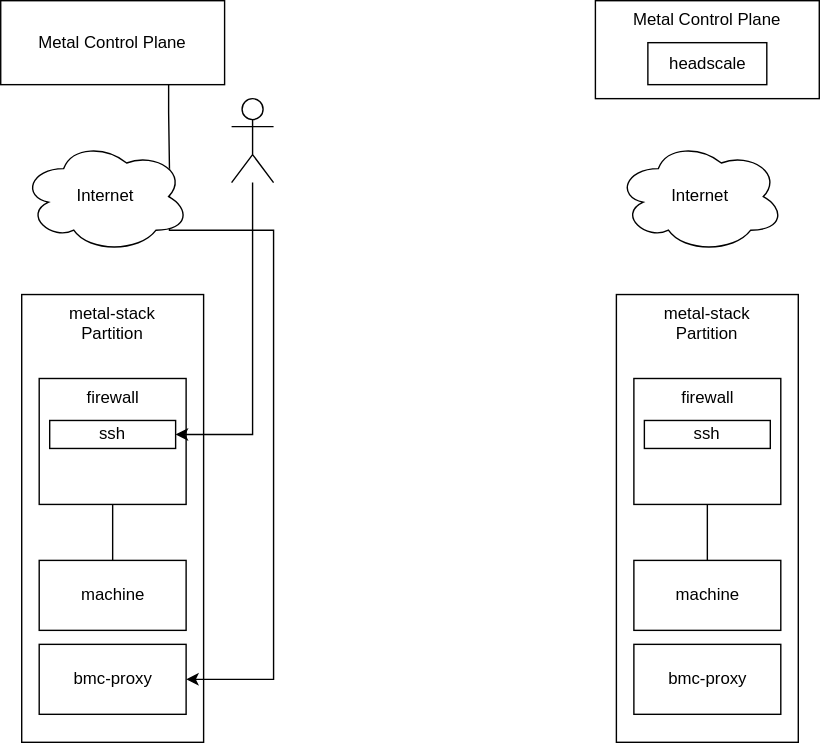
metal-stack/docs keeps this draw.io diagram as docs/src/development/proposals/MEP9/architecture.drawio.svg. Above is the earlier version. Source tidied: cells renumbered, new cells last; positions are measured from the earlier drawing's top-left corner, leaving out a move shared by most shapes.
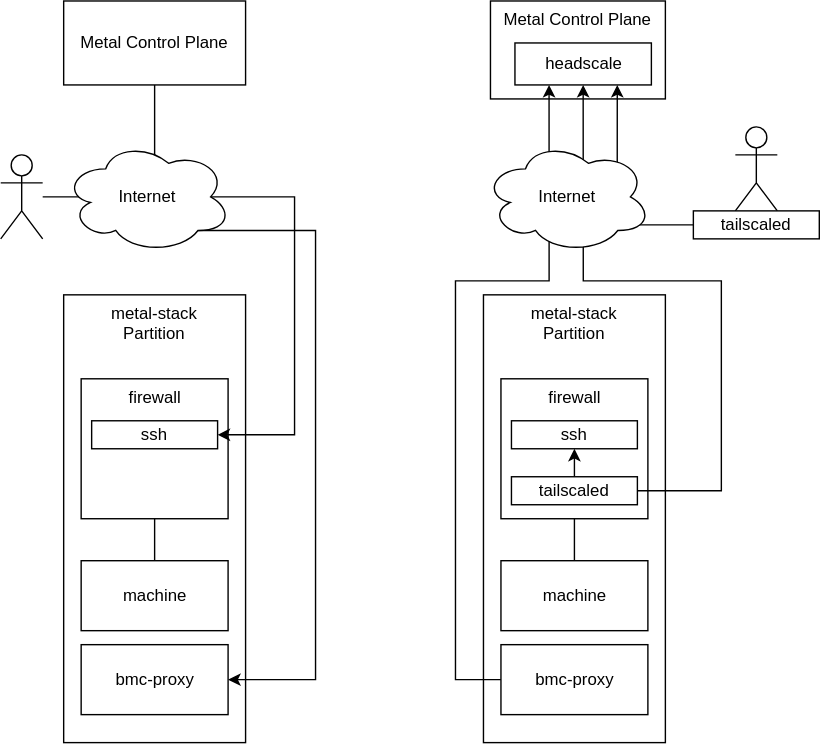
After the change.

Commit message:
Improve drawing a bit.

What changed in the source:
```diff
@@ -2,17 +2,14 @@
   <root>
     <mxCell id="0" />
     <mxCell id="1" parent="0" />
-    <mxCell id="2" style="edgeStyle=orthogonalEdgeStyle;rounded=0;html=1;exitX=0.75;exitY=1;exitDx=0;exitDy=0;startArrow=none;startFill=0;endArrow=none;endFill=0;strokeColor=default;entryX=0.88;entryY=0.25;entryDx=0;entryDy=0;entryPerimeter=0;" parent="1" edge="1" source="3" target="11">
-      <mxGeometry relative="1" as="geometry" />
-    </mxCell>
     <mxCell id="3" value="Metal Control Plane" style="rounded=0;whiteSpace=wrap;html=1;" parent="1" vertex="1">
-      <mxGeometry width="160" height="60" as="geometry" />
+      <mxGeometry x="15" width="130" height="60" as="geometry" />
     </mxCell>
     <mxCell id="4" value="metal-stack&lt;br&gt;Partition" style="rounded=0;whiteSpace=wrap;html=1;verticalAlign=top;" parent="1" vertex="1">
       <mxGeometry x="15" y="210" width="130" height="320" as="geometry" />
     </mxCell>
     <mxCell id="5" value="firewall" style="rounded=0;whiteSpace=wrap;html=1;verticalAlign=top;" parent="1" vertex="1">
-      <mxGeometry x="27.5" y="270" width="105" height="90" as="geometry" />
+      <mxGeometry x="27.5" y="270" width="105" height="100" as="geometry" />
     </mxCell>
     <mxCell id="6" style="edgeStyle=none;html=1;entryX=0.5;entryY=1;entryDx=0;entryDy=0;startArrow=none;startFill=0;endArrow=none;endFill=0;strokeColor=default;" parent="1" edge="1" source="7" target="5">
       <mxGeometry relative="1" as="geometry" />
@@ -26,18 +23,15 @@
     <mxCell id="9" value="bmc-proxy" style="rounded=0;whiteSpace=wrap;html=1;" parent="1" vertex="1">
       <mxGeometry x="27.5" y="460" width="105" height="50" as="geometry" />
     </mxCell>
-    <mxCell id="10" style="edgeStyle=orthogonalEdgeStyle;rounded=0;html=1;exitX=0.88;exitY=0.25;exitDx=0;exitDy=0;exitPerimeter=0;entryX=1;entryY=0.5;entryDx=0;entryDy=0;startArrow=none;startFill=0;endArrow=classic;endFill=1;strokeColor=default;" parent="1" edge="1" source="11" target="9">
+    <mxCell id="10" style="edgeStyle=orthogonalEdgeStyle;rounded=0;html=1;exitX=0.5;exitY=1;exitDx=0;exitDy=0;entryX=1;entryY=0.5;entryDx=0;entryDy=0;startArrow=none;startFill=0;endArrow=classic;endFill=1;strokeColor=default;" parent="1" edge="1" source="3" target="9">
       <mxGeometry relative="1" as="geometry">
         <Array as="points">
-          <mxPoint x="121" y="164" />
+          <mxPoint x="80" y="164" />
           <mxPoint x="195" y="164" />
           <mxPoint x="195" y="485" />
         </Array>
       </mxGeometry>
     </mxCell>
-    <mxCell id="11" value="Internet" style="ellipse;shape=cloud;whiteSpace=wrap;html=1;" parent="1" vertex="1">
-      <mxGeometry x="15" y="100" width="120" height="80" as="geometry" />
-    </mxCell>
     <mxCell id="12" style="edgeStyle=orthogonalEdgeStyle;rounded=0;html=1;startArrow=none;startFill=0;endArrow=classic;endFill=1;strokeColor=default;entryX=1;entryY=0.5;entryDx=0;entryDy=0;" parent="1" edge="1" source="13" target="8">
       <mxGeometry relative="1" as="geometry">
         <Array as="points">
@@ -46,34 +40,74 @@
       </mxGeometry>
     </mxCell>
     <mxCell id="13" style="shape=umlActor;verticalLabelPosition=bottom;verticalAlign=top;html=1;outlineConnect=0;" parent="1" vertex="1">
-      <mxGeometry x="165" y="70" width="30" height="60" as="geometry" />
+      <mxGeometry x="-30" y="110" width="30" height="60" as="geometry" />
     </mxCell>
     <mxCell id="14" value="Metal Control Plane" style="rounded=0;whiteSpace=wrap;html=1;verticalAlign=top;" parent="1" vertex="1">
-      <mxGeometry x="425" width="160" height="70" as="geometry" />
+      <mxGeometry x="320" width="125" height="70" as="geometry" />
     </mxCell>
     <mxCell id="15" value="metal-stack&lt;br&gt;Partition" style="rounded=0;whiteSpace=wrap;html=1;verticalAlign=top;" parent="1" vertex="1">
-      <mxGeometry x="440" y="210" width="130" height="320" as="geometry" />
+      <mxGeometry x="315" y="210" width="130" height="320" as="geometry" />
     </mxCell>
     <mxCell id="16" value="firewall" style="rounded=0;whiteSpace=wrap;html=1;verticalAlign=top;" parent="1" vertex="1">
-      <mxGeometry x="452.5" y="270" width="105" height="90" as="geometry" />
+      <mxGeometry x="327.5" y="270" width="105" height="100" as="geometry" />
     </mxCell>
     <mxCell id="17" style="edgeStyle=none;html=1;entryX=0.5;entryY=1;entryDx=0;entryDy=0;startArrow=none;startFill=0;endArrow=none;endFill=0;strokeColor=default;" parent="1" edge="1" source="18" target="16">
       <mxGeometry relative="1" as="geometry" />
     </mxCell>
     <mxCell id="18" value="machine" style="rounded=0;whiteSpace=wrap;html=1;" parent="1" vertex="1">
-      <mxGeometry x="452.5" y="400" width="105" height="50" as="geometry" />
+      <mxGeometry x="327.5" y="400" width="105" height="50" as="geometry" />
     </mxCell>
     <mxCell id="19" value="ssh" style="rounded=0;whiteSpace=wrap;html=1;" parent="1" vertex="1">
-      <mxGeometry x="460" y="300" width="90" height="20" as="geometry" />
+      <mxGeometry x="335" y="300" width="90" height="20" as="geometry" />
     </mxCell>
+    <mxCell id="23" style="edgeStyle=orthogonalEdgeStyle;rounded=0;html=1;entryX=0.25;entryY=1;entryDx=0;entryDy=0;" parent="1" edge="1" source="20" target="22">
+      <mxGeometry relative="1" as="geometry">
+        <Array as="points">
+          <mxPoint x="295" y="485" />
+          <mxPoint x="295" y="200" />
+          <mxPoint x="362" y="200" />
+        </Array>
+      </mxGeometry>
+    </mxCell>
     <mxCell id="20" value="bmc-proxy" style="rounded=0;whiteSpace=wrap;html=1;" parent="1" vertex="1">
-      <mxGeometry x="452.5" y="460" width="105" height="50" as="geometry" />
+      <mxGeometry x="327.5" y="460" width="105" height="50" as="geometry" />
     </mxCell>
+    <mxCell id="22" value="headscale" style="rounded=0;whiteSpace=wrap;html=1;" parent="1" vertex="1">
+      <mxGeometry x="337.5" y="30" width="97.5" height="30" as="geometry" />
+    </mxCell>
+    <mxCell id="24" style="shape=umlActor;verticalLabelPosition=bottom;verticalAlign=top;html=1;" parent="1" vertex="1">
+      <mxGeometry x="495" y="90" width="30" height="60" as="geometry" />
+    </mxCell>
+    <mxCell id="25" style="edgeStyle=orthogonalEdgeStyle;html=1;entryX=0.5;entryY=1;entryDx=0;entryDy=0;rounded=0;exitX=1;exitY=0.5;exitDx=0;exitDy=0;" parent="1" edge="1" source="27" target="22">
+      <mxGeometry relative="1" as="geometry">
+        <Array as="points">
+          <mxPoint x="485" y="350" />
+          <mxPoint x="485" y="200" />
+          <mxPoint x="386" y="200" />
+        </Array>
+      </mxGeometry>
+    </mxCell>
+    <mxCell id="26" style="edgeStyle=orthogonalEdgeStyle;rounded=0;html=1;exitX=0.5;exitY=0;exitDx=0;exitDy=0;entryX=0.5;entryY=1;entryDx=0;entryDy=0;" parent="1" edge="1" source="27" target="19">
+      <mxGeometry relative="1" as="geometry" />
+    </mxCell>
+    <mxCell id="27" value="tailscaled" style="rounded=0;whiteSpace=wrap;html=1;" parent="1" vertex="1">
+      <mxGeometry x="335" y="340" width="90" height="20" as="geometry" />
+    </mxCell>
+    <mxCell id="28" style="edgeStyle=orthogonalEdgeStyle;rounded=0;html=1;entryX=0.75;entryY=1;entryDx=0;entryDy=0;" parent="1" edge="1" source="29" target="22">
+      <mxGeometry relative="1" as="geometry">
+        <Array as="points">
+          <mxPoint x="411" y="160" />
+        </Array>
+      </mxGeometry>
+    </mxCell>
+    <mxCell id="29" value="tailscaled" style="rounded=0;whiteSpace=wrap;html=1;" parent="1" vertex="1">
+      <mxGeometry x="465" y="150" width="90" height="20" as="geometry" />
+    </mxCell>
     <mxCell id="21" value="Internet" style="ellipse;shape=cloud;whiteSpace=wrap;html=1;" parent="1" vertex="1">
-      <mxGeometry x="440" y="100" width="120" height="80" as="geometry" />
+      <mxGeometry x="315" y="100" width="120" height="80" as="geometry" />
     </mxCell>
-    <mxCell id="22" value="headscale" style="rounded=0;whiteSpace=wrap;html=1;" parent="1" vertex="1">
-      <mxGeometry x="462.5" y="30" width="85" height="30" as="geometry" />
-    </mxCell>
+    <mxCell id="11" value="Internet" style="ellipse;shape=cloud;whiteSpace=wrap;html=1;" parent="1" vertex="1">
+      <mxGeometry x="15" y="100" width="120" height="80" as="geometry" />
+    </mxCell>
   </root>
 </mxGraphModel>
```
